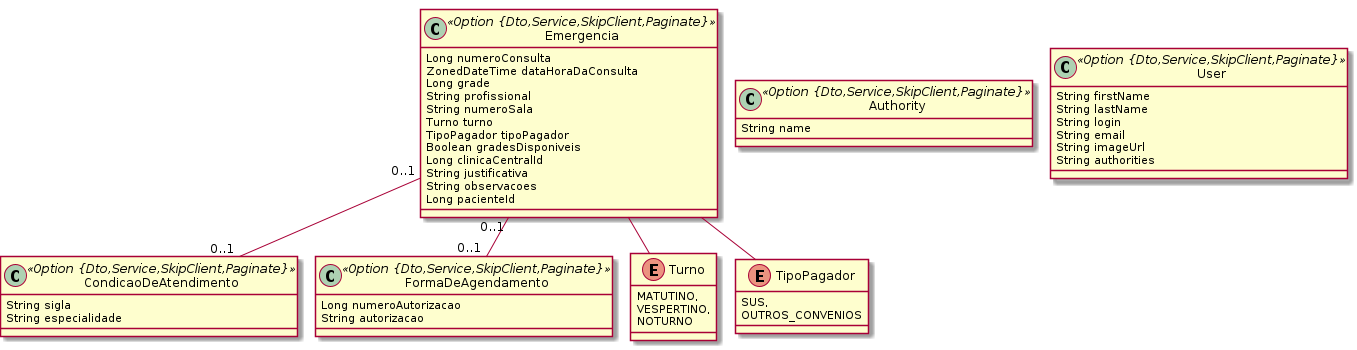
This is consulta/emergencia.png from BasisTI/madre, a PlantUML export, as it was before one commit.
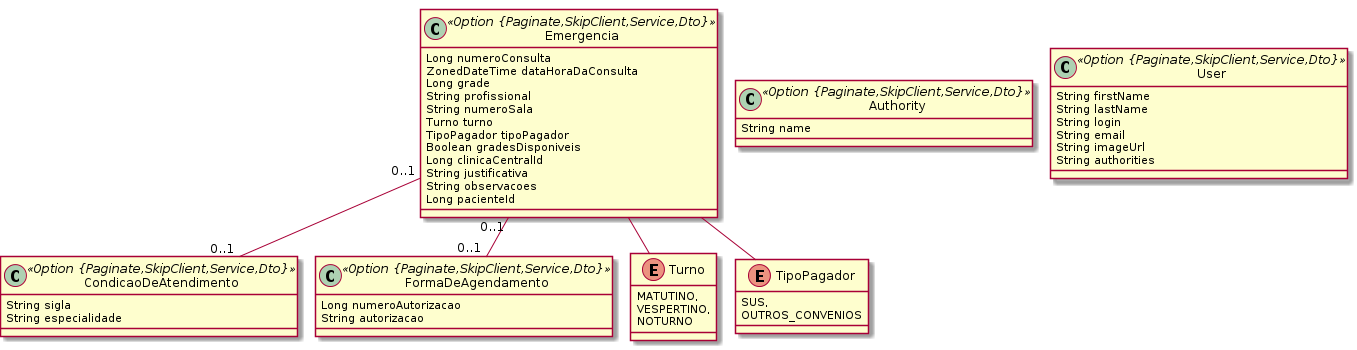
The same diagram one commit later.

Diff of the diagram source:
```diff
@@ -3,7 +3,7 @@
 	!pragma syntax class
 	Emergencia  "0..1 " -- "0..1 "  CondicaoDeAtendimento
 	Emergencia  "0..1 " -- "0..1 "  FormaDeAgendamento
-	class Emergencia <<Option {Dto,Service,SkipClient,Paginate}>> {
+	class Emergencia <<Option {Paginate,SkipClient,Service,Dto}>> {
 		Long numeroConsulta
 		ZonedDateTime dataHoraDaConsulta
 		Long grade
@@ -19,11 +19,11 @@
 	}
 	Emergencia ..> Turno
 	Emergencia ..> TipoPagador
-	class CondicaoDeAtendimento <<Option {Dto,Service,SkipClient,Paginate}>> {
+	class CondicaoDeAtendimento <<Option {Paginate,SkipClient,Service,Dto}>> {
 		String sigla
 		String especialidade
 	}
-	class FormaDeAgendamento <<Option {Dto,Service,SkipClient,Paginate}>> {
+	class FormaDeAgendamento <<Option {Paginate,SkipClient,Service,Dto}>> {
 		Long numeroAutorizacao
 		String autorizacao
 	}
@@ -36,10 +36,10 @@
 		VESPERTINO,
 		NOTURNO
 	}
-	class Authority <<Option {Dto,Service,SkipClient,Paginate}>> {
+	class Authority <<Option {Paginate,SkipClient,Service,Dto}>> {
 		String name
 	}
-	class User <<Option {Dto,Service,SkipClient,Paginate}>> {
+	class User <<Option {Paginate,SkipClient,Service,Dto}>> {
 		String firstName
 		String lastName
 		String login
```
